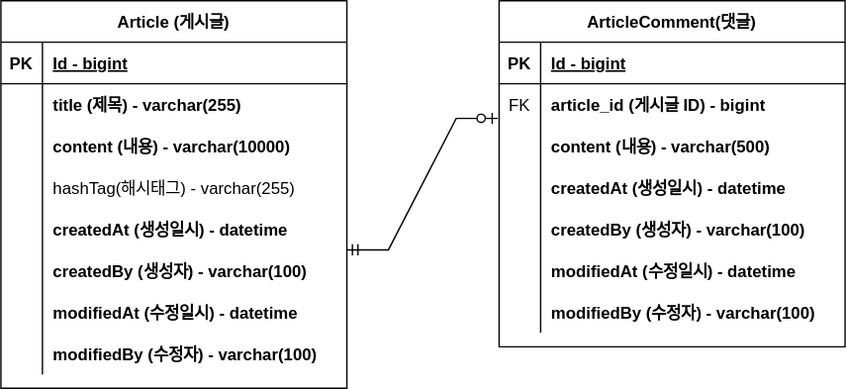
This is create-board-practice/document/project-board.drawio.svg from Kim-woo-gyeong/web-develop-with-spring2, a draw.io export, as it was before one commit. Source tidied: cells renumbered, new cells last; positions are measured from the earlier drawing's top-left corner, leaving out a move shared by most shapes.
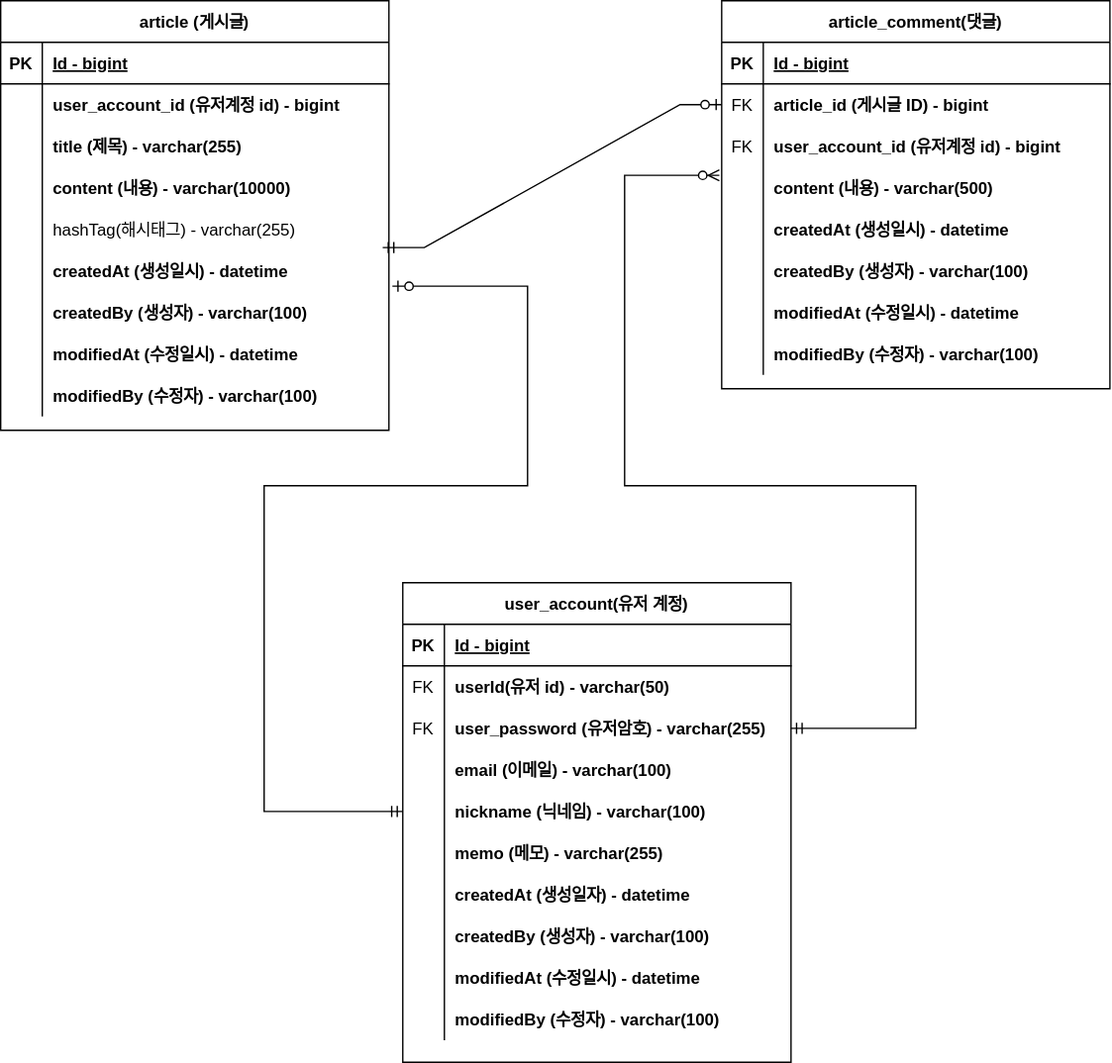
Above is the later version.

Commit message:
user_account 테이블 생성 및 user_accout_id 컬럼 추가

Diff of the diagram source:
```diff
@@ -4,7 +4,7 @@
     <mxCell id="1" parent="0" />
-    <mxCell id="2" value="Article (게시글)" style="shape=table;startSize=30;rowLines=0;fontStyle=1;align=center;" parent="1" vertex="1">
-      <mxGeometry width="250" height="280" as="geometry" />
+    <mxCell id="2" value="article (게시글)" style="shape=table;startSize=30;rowLines=0;fontStyle=1;align=center;" parent="1" vertex="1">
+      <mxGeometry x="-90" width="280" height="310" as="geometry" />
     </mxCell>
     <mxCell id="3" style="shape=partialRectangle;fillColor=none;top=0;left=0;right=0;bottom=1;" parent="2" vertex="1">
-      <mxGeometry y="30" width="250" height="30" as="geometry" />
+      <mxGeometry y="30" width="280" height="30" as="geometry" />
     </mxCell>
@@ -14,6 +14,6 @@
     <mxCell id="5" value="Id - bigint" style="shape=partialRectangle;overflow=hidden;fillColor=none;top=0;left=0;bottom=0;right=0;align=left;spacingLeft=6;fontStyle=5;" parent="3" vertex="1">
-      <mxGeometry x="30" width="220" height="30" as="geometry" />
+      <mxGeometry x="30" width="250" height="30" as="geometry" />
     </mxCell>
     <mxCell id="6" style="shape=partialRectangle;fillColor=none;top=0;left=0;right=0;bottom=0;" parent="2" vertex="1">
-      <mxGeometry y="60" width="250" height="30" as="geometry" />
+      <mxGeometry y="60" width="280" height="30" as="geometry" />
     </mxCell>
@@ -22,7 +22,16 @@
     </mxCell>
-    <mxCell id="8" value="title (제목) - varchar(255)" style="shape=partialRectangle;overflow=hidden;fillColor=none;top=0;left=0;bottom=0;right=0;align=left;spacingLeft=6;fontStyle=1;" parent="6" vertex="1">
-      <mxGeometry x="30" width="220" height="30" as="geometry" />
+    <mxCell id="8" value="user_account_id (유저계정 id) - bigint" style="shape=partialRectangle;overflow=hidden;fillColor=none;top=0;left=0;bottom=0;right=0;align=left;spacingLeft=6;fontStyle=1;" parent="6" vertex="1">
+      <mxGeometry x="30" width="250" height="30" as="geometry" />
     </mxCell>
+    <mxCell id="50" style="shape=partialRectangle;fillColor=none;top=0;left=0;right=0;bottom=0;" parent="2" vertex="1">
+      <mxGeometry y="90" width="280" height="30" as="geometry" />
+    </mxCell>
+    <mxCell id="51" style="shape=partialRectangle;overflow=hidden;fillColor=none;top=0;left=0;bottom=0;right=0;" parent="50" vertex="1">
+      <mxGeometry width="30" height="30" as="geometry" />
+    </mxCell>
+    <mxCell id="52" value="title (제목) - varchar(255)" style="shape=partialRectangle;overflow=hidden;fillColor=none;top=0;left=0;bottom=0;right=0;align=left;spacingLeft=6;fontStyle=1;" parent="50" vertex="1">
+      <mxGeometry x="30" width="250" height="30" as="geometry" />
+    </mxCell>
     <mxCell id="9" style="shape=partialRectangle;fillColor=none;top=0;left=0;right=0;bottom=0;" parent="2" vertex="1">
-      <mxGeometry y="90" width="250" height="30" as="geometry" />
+      <mxGeometry y="120" width="280" height="30" as="geometry" />
     </mxCell>
@@ -32,6 +41,6 @@
     <mxCell id="11" value="content (내용) - varchar(10000)" style="shape=partialRectangle;overflow=hidden;fillColor=none;top=0;left=0;bottom=0;right=0;align=left;spacingLeft=6;fontStyle=1;" parent="9" vertex="1">
-      <mxGeometry x="30" width="220" height="30" as="geometry" />
+      <mxGeometry x="30" width="250" height="30" as="geometry" />
     </mxCell>
     <mxCell id="12" style="shape=partialRectangle;fillColor=none;top=0;left=0;right=0;bottom=0;" parent="2" vertex="1">
-      <mxGeometry y="120" width="250" height="30" as="geometry" />
+      <mxGeometry y="150" width="280" height="30" as="geometry" />
     </mxCell>
@@ -41,6 +50,6 @@
     <mxCell id="14" value="hashTag(해시태그) - varchar(255)" style="shape=partialRectangle;overflow=hidden;fillColor=none;top=0;left=0;bottom=0;right=0;align=left;spacingLeft=6;" parent="12" vertex="1">
-      <mxGeometry x="30" width="220" height="30" as="geometry" />
+      <mxGeometry x="30" width="250" height="30" as="geometry" />
     </mxCell>
     <mxCell id="15" style="shape=partialRectangle;fillColor=none;points=[[0,0.5],[1,0.5]];portConstraint=eastwest;top=0;left=0;right=0;bottom=0;" parent="2" vertex="1">
-      <mxGeometry y="150" width="250" height="30" as="geometry" />
+      <mxGeometry y="180" width="280" height="30" as="geometry" />
     </mxCell>
@@ -50,6 +59,6 @@
     <mxCell id="17" value="createdAt (생성일시) - datetime" style="shape=partialRectangle;overflow=hidden;fillColor=none;top=0;left=0;bottom=0;right=0;align=left;spacingLeft=6;fontStyle=1;" parent="15" vertex="1">
-      <mxGeometry x="30" width="220" height="30" as="geometry" />
+      <mxGeometry x="30" width="250" height="30" as="geometry" />
     </mxCell>
     <mxCell id="18" style="shape=partialRectangle;fillColor=none;points=[[0,0.5],[1,0.5]];portConstraint=eastwest;top=0;left=0;right=0;bottom=0;" parent="2" vertex="1">
-      <mxGeometry y="180" width="250" height="30" as="geometry" />
+      <mxGeometry y="210" width="280" height="30" as="geometry" />
     </mxCell>
@@ -59,6 +68,6 @@
     <mxCell id="20" value="createdBy (생성자) - varchar(100)" style="shape=partialRectangle;overflow=hidden;fillColor=none;top=0;left=0;bottom=0;right=0;align=left;spacingLeft=6;fontStyle=1;" parent="18" vertex="1">
-      <mxGeometry x="30" width="220" height="30" as="geometry" />
+      <mxGeometry x="30" width="250" height="30" as="geometry" />
     </mxCell>
     <mxCell id="21" style="shape=partialRectangle;fillColor=none;top=0;left=0;right=0;bottom=0;" parent="2" vertex="1">
-      <mxGeometry y="210" width="250" height="30" as="geometry" />
+      <mxGeometry y="240" width="280" height="30" as="geometry" />
     </mxCell>
@@ -68,6 +77,6 @@
     <mxCell id="23" value="modifiedAt (수정일시) - datetime" style="shape=partialRectangle;overflow=hidden;fillColor=none;top=0;left=0;bottom=0;right=0;align=left;spacingLeft=6;fontStyle=1;" parent="21" vertex="1">
-      <mxGeometry x="30" width="220" height="30" as="geometry" />
+      <mxGeometry x="30" width="250" height="30" as="geometry" />
     </mxCell>
     <mxCell id="24" style="shape=partialRectangle;fillColor=none;top=0;left=0;right=0;bottom=0;" parent="2" vertex="1">
-      <mxGeometry y="240" width="250" height="30" as="geometry" />
+      <mxGeometry y="270" width="280" height="30" as="geometry" />
     </mxCell>
@@ -77,9 +86,9 @@
     <mxCell id="26" value="modifiedBy (수정자) - varchar(100)" style="shape=partialRectangle;overflow=hidden;fillColor=none;top=0;left=0;bottom=0;right=0;align=left;spacingLeft=6;fontStyle=1;" parent="24" vertex="1">
-      <mxGeometry x="30" width="220" height="30" as="geometry" />
+      <mxGeometry x="30" width="250" height="30" as="geometry" />
     </mxCell>
-    <mxCell id="27" value="ArticleComment(댓글)" style="shape=table;startSize=30;rowLines=0;fontStyle=1;align=center;" parent="1" vertex="1">
-      <mxGeometry x="360" width="250" height="250" as="geometry" />
+    <mxCell id="27" value="article_comment(댓글)" style="shape=table;startSize=30;rowLines=0;fontStyle=1;align=center;" parent="1" vertex="1">
+      <mxGeometry x="430" width="280" height="280" as="geometry" />
     </mxCell>
     <mxCell id="28" style="shape=partialRectangle;fillColor=none;top=0;left=0;right=0;bottom=1;" parent="27" vertex="1">
-      <mxGeometry y="30" width="250" height="30" as="geometry" />
+      <mxGeometry y="30" width="280" height="30" as="geometry" />
     </mxCell>
@@ -89,6 +98,6 @@
     <mxCell id="30" value="Id - bigint" style="shape=partialRectangle;overflow=hidden;fillColor=none;top=0;left=0;bottom=0;right=0;align=left;spacingLeft=6;fontStyle=5;" parent="28" vertex="1">
-      <mxGeometry x="30" width="220" height="30" as="geometry" />
+      <mxGeometry x="30" width="250" height="30" as="geometry" />
     </mxCell>
     <mxCell id="31" style="shape=partialRectangle;fillColor=none;points=[[0,0.5],[1,0.5]];portConstraint=eastwest;top=0;left=0;right=0;bottom=0;" parent="27" vertex="1">
-      <mxGeometry y="60" width="250" height="30" as="geometry" />
+      <mxGeometry y="60" width="280" height="30" as="geometry" />
     </mxCell>
@@ -98,15 +107,24 @@
     <mxCell id="33" value="article_id (게시글 ID) - bigint" style="shape=partialRectangle;overflow=hidden;fillColor=none;top=0;left=0;bottom=0;right=0;align=left;spacingLeft=6;fontStyle=1;" parent="31" vertex="1">
-      <mxGeometry x="30" width="220" height="30" as="geometry" />
+      <mxGeometry x="30" width="250" height="30" as="geometry" />
     </mxCell>
     <mxCell id="34" style="shape=partialRectangle;fillColor=none;top=0;left=0;right=0;bottom=0;" parent="27" vertex="1">
-      <mxGeometry y="90" width="250" height="30" as="geometry" />
+      <mxGeometry y="90" width="280" height="30" as="geometry" />
     </mxCell>
-    <mxCell id="35" style="shape=partialRectangle;overflow=hidden;fillColor=none;top=0;left=0;bottom=0;right=0;" parent="34" vertex="1">
+    <mxCell id="35" value="FK" style="shape=partialRectangle;overflow=hidden;fillColor=none;top=0;left=0;bottom=0;right=0;" parent="34" vertex="1">
       <mxGeometry width="30" height="30" as="geometry" />
     </mxCell>
-    <mxCell id="36" value="content (내용) - varchar(500)" style="shape=partialRectangle;overflow=hidden;fillColor=none;top=0;left=0;bottom=0;right=0;align=left;spacingLeft=6;fontStyle=1;" parent="34" vertex="1">
-      <mxGeometry x="30" width="220" height="30" as="geometry" />
+    <mxCell id="36" value="user_account_id (유저계정 id) - bigint" style="shape=partialRectangle;overflow=hidden;fillColor=none;top=0;left=0;bottom=0;right=0;align=left;spacingLeft=6;fontStyle=1;" parent="34" vertex="1">
+      <mxGeometry x="30" width="250" height="30" as="geometry" />
     </mxCell>
+    <mxCell id="53" style="shape=partialRectangle;fillColor=none;points=[[0,0.5],[1,0.5]];portConstraint=eastwest;top=0;left=0;right=0;bottom=0;" parent="27" vertex="1">
+      <mxGeometry y="120" width="280" height="30" as="geometry" />
+    </mxCell>
+    <mxCell id="54" style="shape=partialRectangle;overflow=hidden;fillColor=none;top=0;left=0;bottom=0;right=0;" parent="53" vertex="1">
+      <mxGeometry width="30" height="30" as="geometry" />
+    </mxCell>
+    <mxCell id="55" value="content (내용) - varchar(500)" style="shape=partialRectangle;overflow=hidden;fillColor=none;top=0;left=0;bottom=0;right=0;align=left;spacingLeft=6;fontStyle=1;" parent="53" vertex="1">
+      <mxGeometry x="30" width="250" height="30" as="geometry" />
+    </mxCell>
     <mxCell id="37" style="shape=partialRectangle;fillColor=none;top=0;left=0;right=0;bottom=0;" parent="27" vertex="1">
-      <mxGeometry y="120" width="250" height="30" as="geometry" />
+      <mxGeometry y="150" width="280" height="30" as="geometry" />
     </mxCell>
@@ -116,6 +134,6 @@
     <mxCell id="39" value="createdAt (생성일시) - datetime" style="shape=partialRectangle;overflow=hidden;fillColor=none;top=0;left=0;bottom=0;right=0;align=left;spacingLeft=6;fontStyle=1;" parent="37" vertex="1">
-      <mxGeometry x="30" width="220" height="30" as="geometry" />
+      <mxGeometry x="30" width="250" height="30" as="geometry" />
     </mxCell>
     <mxCell id="40" style="shape=partialRectangle;fillColor=none;top=0;left=0;right=0;bottom=0;" parent="27" vertex="1">
-      <mxGeometry y="150" width="250" height="30" as="geometry" />
+      <mxGeometry y="180" width="280" height="30" as="geometry" />
     </mxCell>
@@ -125,6 +143,6 @@
     <mxCell id="42" value="createdBy (생성자) - varchar(100)" style="shape=partialRectangle;overflow=hidden;fillColor=none;top=0;left=0;bottom=0;right=0;align=left;spacingLeft=6;fontStyle=1;" parent="40" vertex="1">
-      <mxGeometry x="30" width="220" height="30" as="geometry" />
+      <mxGeometry x="30" width="250" height="30" as="geometry" />
     </mxCell>
     <mxCell id="43" style="shape=partialRectangle;fillColor=none;top=0;left=0;right=0;bottom=0;" parent="27" vertex="1">
-      <mxGeometry y="180" width="250" height="30" as="geometry" />
+      <mxGeometry y="210" width="280" height="30" as="geometry" />
     </mxCell>
@@ -134,6 +152,6 @@
     <mxCell id="45" value="modifiedAt (수정일시) - datetime" style="shape=partialRectangle;overflow=hidden;fillColor=none;top=0;left=0;bottom=0;right=0;align=left;spacingLeft=6;fontStyle=1;" parent="43" vertex="1">
-      <mxGeometry x="30" width="220" height="30" as="geometry" />
+      <mxGeometry x="30" width="250" height="30" as="geometry" />
     </mxCell>
     <mxCell id="46" style="shape=partialRectangle;fillColor=none;top=0;left=0;right=0;bottom=0;" parent="27" vertex="1">
-      <mxGeometry y="210" width="250" height="30" as="geometry" />
+      <mxGeometry y="240" width="280" height="30" as="geometry" />
     </mxCell>
@@ -143,10 +161,120 @@
     <mxCell id="48" value="modifiedBy (수정자) - varchar(100)" style="shape=partialRectangle;overflow=hidden;fillColor=none;top=0;left=0;bottom=0;right=0;align=left;spacingLeft=6;fontStyle=1;" parent="46" vertex="1">
-      <mxGeometry x="30" width="220" height="30" as="geometry" />
+      <mxGeometry x="30" width="250" height="30" as="geometry" />
     </mxCell>
-    <mxCell id="49" style="edgeStyle=entityRelationEdgeStyle;fontSize=12;html=1;endArrow=ERzeroToOne;startArrow=ERmandOne;rounded=0;" parent="1" edge="1">
-      <mxGeometry relative="1" as="geometry">
-        <mxPoint x="250" y="180" as="sourcePoint" />
-        <mxPoint x="359" y="85" as="targetPoint" />
-      </mxGeometry>
+    <mxCell id="49" style="edgeStyle=entityRelationEdgeStyle;fontSize=12;html=1;endArrow=ERzeroToOne;startArrow=ERmandOne;rounded=0;exitX=0.984;exitY=-0.062;exitDx=0;exitDy=0;exitPerimeter=0;entryX=0;entryY=0.5;entryDx=0;entryDy=0;" parent="1" edge="1" source="15" target="31">
+      <mxGeometry relative="1" as="geometry" />
     </mxCell>
+    <mxCell id="56" value="user_account(유저 계정)" style="shape=table;startSize=30;rowLines=0;fontStyle=1;align=center;" parent="1" vertex="1">
+      <mxGeometry x="200" y="420" width="280" height="346" as="geometry" />
+    </mxCell>
+    <mxCell id="57" style="shape=partialRectangle;fillColor=none;top=0;left=0;right=0;bottom=1;" parent="56" vertex="1">
+      <mxGeometry y="30" width="280" height="30" as="geometry" />
+    </mxCell>
+    <mxCell id="58" value="PK" style="shape=partialRectangle;overflow=hidden;fillColor=none;top=0;left=0;bottom=0;right=0;fontStyle=1;" parent="57" vertex="1">
+      <mxGeometry width="30" height="30" as="geometry" />
+    </mxCell>
+    <mxCell id="59" value="Id - bigint" style="shape=partialRectangle;overflow=hidden;fillColor=none;top=0;left=0;bottom=0;right=0;align=left;spacingLeft=6;fontStyle=5;" parent="57" vertex="1">
+      <mxGeometry x="30" width="250" height="30" as="geometry" />
+    </mxCell>
+    <mxCell id="60" style="shape=partialRectangle;fillColor=none;top=0;left=0;right=0;bottom=0;" parent="56" vertex="1">
+      <mxGeometry y="60" width="280" height="30" as="geometry" />
+    </mxCell>
+    <mxCell id="61" value="FK" style="shape=partialRectangle;overflow=hidden;fillColor=none;top=0;left=0;bottom=0;right=0;" parent="60" vertex="1">
+      <mxGeometry width="30" height="30" as="geometry" />
+    </mxCell>
+    <mxCell id="62" value="userId(유저 id) - varchar(50)" style="shape=partialRectangle;overflow=hidden;fillColor=none;top=0;left=0;bottom=0;right=0;align=left;spacingLeft=6;fontStyle=1;" parent="60" vertex="1">
+      <mxGeometry x="30" width="250" height="30" as="geometry" />
+    </mxCell>
+    <mxCell id="63" style="shape=partialRectangle;fillColor=none;points=[[0,0.5],[1,0.5]];portConstraint=eastwest;top=0;left=0;right=0;bottom=0;" parent="56" vertex="1">
+      <mxGeometry y="90" width="280" height="30" as="geometry" />
+    </mxCell>
+    <mxCell id="64" value="FK" style="shape=partialRectangle;overflow=hidden;fillColor=none;top=0;left=0;bottom=0;right=0;" parent="63" vertex="1">
+      <mxGeometry width="30" height="30" as="geometry" />
+    </mxCell>
+    <mxCell id="65" value="user_password (유저암호) - varchar(255)" style="shape=partialRectangle;overflow=hidden;fillColor=none;top=0;left=0;bottom=0;right=0;align=left;spacingLeft=6;fontStyle=1;" parent="63" vertex="1">
+      <mxGeometry x="30" width="250" height="30" as="geometry" />
+    </mxCell>
+    <mxCell id="66" style="shape=partialRectangle;fillColor=none;top=0;left=0;right=0;bottom=0;" parent="56" vertex="1">
+      <mxGeometry y="120" width="280" height="30" as="geometry" />
+    </mxCell>
+    <mxCell id="67" style="shape=partialRectangle;overflow=hidden;fillColor=none;top=0;left=0;bottom=0;right=0;" parent="66" vertex="1">
+      <mxGeometry width="30" height="30" as="geometry" />
+    </mxCell>
+    <mxCell id="68" value="email (이메일) - varchar(100)" style="shape=partialRectangle;overflow=hidden;fillColor=none;top=0;left=0;bottom=0;right=0;align=left;spacingLeft=6;fontStyle=1;" parent="66" vertex="1">
+      <mxGeometry x="30" width="250" height="30" as="geometry" />
+    </mxCell>
+    <mxCell id="69" style="shape=partialRectangle;fillColor=none;points=[[0,0.5],[1,0.5]];portConstraint=eastwest;top=0;left=0;right=0;bottom=0;" parent="56" vertex="1">
+      <mxGeometry y="150" width="280" height="30" as="geometry" />
+    </mxCell>
+    <mxCell id="70" style="shape=partialRectangle;overflow=hidden;fillColor=none;top=0;left=0;bottom=0;right=0;" parent="69" vertex="1">
+      <mxGeometry width="30" height="30" as="geometry" />
+    </mxCell>
+    <mxCell id="71" value="nickname (닉네임) - varchar(100)" style="shape=partialRectangle;overflow=hidden;fillColor=none;top=0;left=0;bottom=0;right=0;align=left;spacingLeft=6;fontStyle=1;" parent="69" vertex="1">
+      <mxGeometry x="30" width="250" height="30" as="geometry" />
+    </mxCell>
+    <mxCell id="72" style="shape=partialRectangle;fillColor=none;top=0;left=0;right=0;bottom=0;" parent="56" vertex="1">
+      <mxGeometry y="180" width="280" height="30" as="geometry" />
+    </mxCell>
+    <mxCell id="73" style="shape=partialRectangle;overflow=hidden;fillColor=none;top=0;left=0;bottom=0;right=0;" parent="72" vertex="1">
+      <mxGeometry width="30" height="30" as="geometry" />
+    </mxCell>
+    <mxCell id="74" value="memo (메모) - varchar(255)" style="shape=partialRectangle;overflow=hidden;fillColor=none;top=0;left=0;bottom=0;right=0;align=left;spacingLeft=6;fontStyle=1;" parent="72" vertex="1">
+      <mxGeometry x="30" width="250" height="30" as="geometry" />
+    </mxCell>
+    <mxCell id="75" style="shape=partialRectangle;fillColor=none;top=0;left=0;right=0;bottom=0;" parent="56" vertex="1">
+      <mxGeometry y="210" width="280" height="30" as="geometry" />
+    </mxCell>
+    <mxCell id="76" style="shape=partialRectangle;overflow=hidden;fillColor=none;top=0;left=0;bottom=0;right=0;" parent="75" vertex="1">
+      <mxGeometry width="30" height="30" as="geometry" />
+    </mxCell>
+    <mxCell id="77" value="createdAt (생성일자) - datetime" style="shape=partialRectangle;overflow=hidden;fillColor=none;top=0;left=0;bottom=0;right=0;align=left;spacingLeft=6;fontStyle=1;" parent="75" vertex="1">
+      <mxGeometry x="30" width="250" height="30" as="geometry" />
+    </mxCell>
+    <mxCell id="78" style="shape=partialRectangle;fillColor=none;top=0;left=0;right=0;bottom=0;" parent="56" vertex="1">
+      <mxGeometry y="240" width="280" height="30" as="geometry" />
+    </mxCell>
+    <mxCell id="79" style="shape=partialRectangle;overflow=hidden;fillColor=none;top=0;left=0;bottom=0;right=0;" parent="78" vertex="1">
+      <mxGeometry width="30" height="30" as="geometry" />
+    </mxCell>
+    <mxCell id="80" value="createdBy (생성자) - varchar(100)" style="shape=partialRectangle;overflow=hidden;fillColor=none;top=0;left=0;bottom=0;right=0;align=left;spacingLeft=6;fontStyle=1;" parent="78" vertex="1">
+      <mxGeometry x="30" width="250" height="30" as="geometry" />
+    </mxCell>
+    <mxCell id="81" style="shape=partialRectangle;fillColor=none;top=0;left=0;right=0;bottom=0;" parent="56" vertex="1">
+      <mxGeometry y="270" width="280" height="30" as="geometry" />
+    </mxCell>
+    <mxCell id="82" style="shape=partialRectangle;overflow=hidden;fillColor=none;top=0;left=0;bottom=0;right=0;" parent="81" vertex="1">
+      <mxGeometry width="30" height="30" as="geometry" />
+    </mxCell>
+    <mxCell id="83" value="modifiedAt (수정일시) - datetime" style="shape=partialRectangle;overflow=hidden;fillColor=none;top=0;left=0;bottom=0;right=0;align=left;spacingLeft=6;fontStyle=1;" parent="81" vertex="1">
+      <mxGeometry x="30" width="250" height="30" as="geometry" />
+    </mxCell>
+    <mxCell id="84" style="shape=partialRectangle;fillColor=none;top=0;left=0;right=0;bottom=0;" parent="56" vertex="1">
+      <mxGeometry y="300" width="280" height="30" as="geometry" />
+    </mxCell>
+    <mxCell id="85" style="shape=partialRectangle;overflow=hidden;fillColor=none;top=0;left=0;bottom=0;right=0;" parent="84" vertex="1">
+      <mxGeometry width="30" height="30" as="geometry" />
+    </mxCell>
+    <mxCell id="86" value="modifiedBy (수정자) - varchar(100)" style="shape=partialRectangle;overflow=hidden;fillColor=none;top=0;left=0;bottom=0;right=0;align=left;spacingLeft=6;fontStyle=1;" parent="84" vertex="1">
+      <mxGeometry x="30" width="250" height="30" as="geometry" />
+    </mxCell>
+    <mxCell id="87" style="edgeStyle=orthogonalEdgeStyle;fontSize=12;html=1;endArrow=ERzeroToOne;startArrow=ERmandOne;rounded=0;exitX=0;exitY=0.5;exitDx=0;exitDy=0;entryX=1.009;entryY=-0.133;entryDx=0;entryDy=0;entryPerimeter=0;strokeColor=default;" parent="1" edge="1" source="69" target="18">
+      <mxGeometry relative="1" as="geometry">
+        <Array as="points">
+          <mxPoint x="100" y="585" />
+          <mxPoint x="100" y="350" />
+          <mxPoint x="290" y="350" />
+          <mxPoint x="290" y="206" />
+        </Array>
+      </mxGeometry>
+    </mxCell>
+    <mxCell id="88" style="edgeStyle=orthogonalEdgeStyle;fontSize=12;html=1;endArrow=ERzeroToMany;startArrow=ERmandOne;rounded=0;entryX=-0.006;entryY=0.2;entryDx=0;entryDy=0;entryPerimeter=0;exitX=1;exitY=0.5;exitDx=0;exitDy=0;" parent="1" edge="1" source="63" target="53">
+      <mxGeometry relative="1" as="geometry">
+        <Array as="points">
+          <mxPoint x="570" y="525" />
+          <mxPoint x="570" y="350" />
+          <mxPoint x="360" y="350" />
+          <mxPoint x="360" y="126" />
+        </Array>
+      </mxGeometry>
+    </mxCell>
   </root>
```
